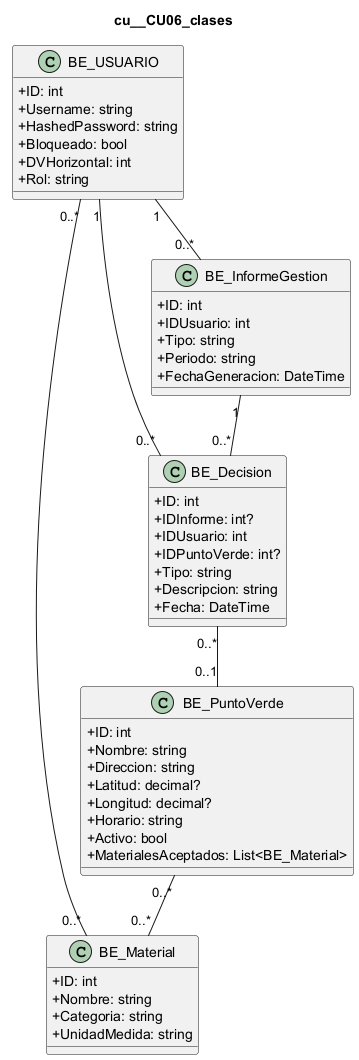
This is docs/diagramas/uml_png/cu__CU06_clases.png from L-Muniz/uai-diploma_2026, a PlantUML export, as it was before one commit.
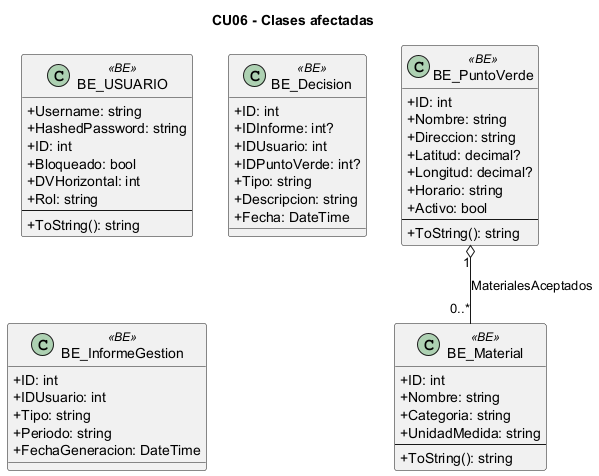
Above is the later version.

The edit, as a diff of the source:
```diff
@@ -1,15 +1,17 @@
 @startuml
 skinparam classAttributeIconSize 0
-title cu__CU06_clases
-class "BE_USUARIO" as USUARIO {
-  +ID: int
+title CU06 - Clases afectadas
+class "BE_USUARIO" as BE_USUARIO <<BE>> {
   +Username: string
   +HashedPassword: string
+  +ID: int
   +Bloqueado: bool
   +DVHorizontal: int
   +Rol: string
+  --
+  +ToString(): string
 }
-class "BE_PuntoVerde" as PUNTO_VERDE {
+class "BE_PuntoVerde" as BE_PuntoVerde <<BE>> {
   +ID: int
   +Nombre: string
   +Direccion: string
@@ -17,15 +19,18 @@
   +Longitud: decimal?
   +Horario: string
   +Activo: bool
-  +MaterialesAceptados: List<BE_Material>
+  --
+  +ToString(): string
 }
-class "BE_Material" as MATERIAL {
+class "BE_Material" as BE_Material <<BE>> {
   +ID: int
   +Nombre: string
   +Categoria: string
   +UnidadMedida: string
+  --
+  +ToString(): string
 }
-class "BE_Decision" as DECISION {
+class "BE_Decision" as BE_Decision <<BE>> {
   +ID: int
   +IDInforme: int?
   +IDUsuario: int
@@ -34,17 +39,12 @@
   +Descripcion: string
   +Fecha: DateTime
 }
-class "BE_InformeGestion" as INFORME {
+class "BE_InformeGestion" as BE_InformeGestion <<BE>> {
   +ID: int
   +IDUsuario: int
   +Tipo: string
   +Periodo: string
   +FechaGeneracion: DateTime
 }
-PUNTO_VERDE "0..*" -- "0..*" MATERIAL
-USUARIO "1" -- "0..*" INFORME
-INFORME "1" -- "0..*" DECISION
-DECISION "0..*" -- "0..1" PUNTO_VERDE
-USUARIO "1" -- "0..*" DECISION
-USUARIO "0..*" -- "0..*" MATERIAL
+BE_PuntoVerde "1" o-- "0..*" BE_Material : MaterialesAceptados
 @enduml
```
